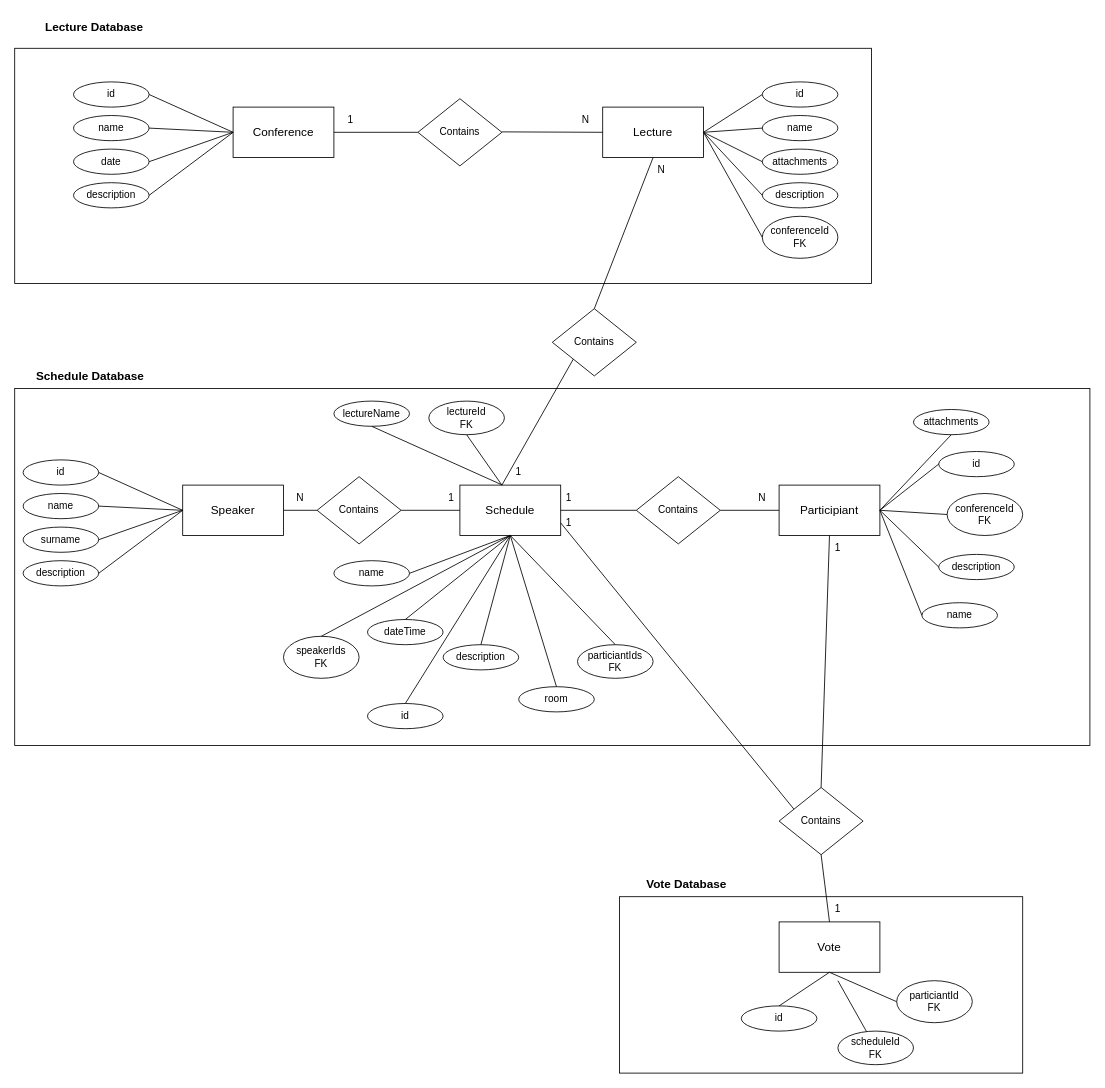
The draw.io diagram pictures/sources/DBDiagram.drawio in IrinaMarahtanova/architecture-cata, before the edit. Source tidied: cells renumbered, new cells numbered last; positions are measured from the earlier drawing's top-left corner, leaving out a move shared by most shapes. Both pictures are drawn from the tidied source at 84%, with x=0, y=0 at pixel (14, 14).
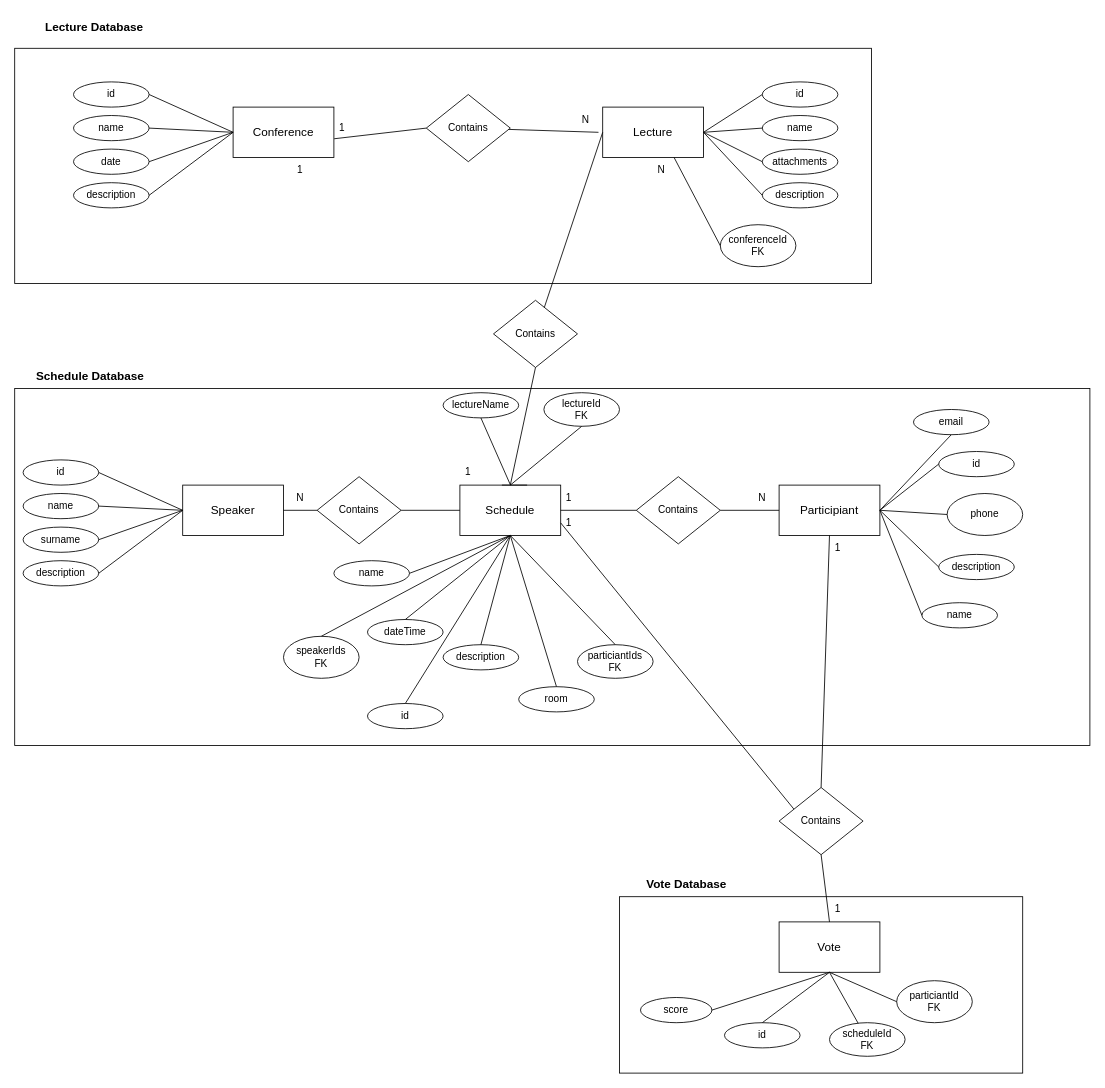
Above is the later version.

Unchanged cells that the change refers to:
```xml
<mxCell id="5" value="&lt;font style=&quot;font-size: 14px;&quot;&gt;Conference&lt;/font&gt;" style="rounded=0;whiteSpace=wrap;html=1;" parent="1" vertex="1">
  <mxGeometry x="260" y="110" width="120" height="60" as="geometry" />
</mxCell>
<mxCell id="6" value="&lt;font style=&quot;font-size: 14px;&quot;&gt;Lecture&lt;/font&gt;" style="rounded=0;whiteSpace=wrap;html=1;" parent="1" vertex="1">
  <mxGeometry x="700" y="110" width="120" height="60" as="geometry" />
</mxCell>
<mxCell id="11" value="N" style="text;html=1;align=center;verticalAlign=middle;whiteSpace=wrap;rounded=0;" parent="1" vertex="1">
  <mxGeometry x="650" y="110" width="60" height="30" as="geometry" />
</mxCell>
<mxCell id="79" value="N" style="text;html=1;align=center;verticalAlign=middle;whiteSpace=wrap;rounded=0;" parent="1" vertex="1">
  <mxGeometry x="740" y="170" width="60" height="30" as="geometry" />
</mxCell>
```

The edit, as a diff of the source:
```diff
@@
     <mxCell id="7" value="Contains" style="rhombus;whiteSpace=wrap;html=1;" parent="1" vertex="1">
-      <mxGeometry x="480" y="100" width="100" height="80" as="geometry" />
+      <mxGeometry x="570" y="340" width="100" height="80" as="geometry" />
     </mxCell>
-    <mxCell id="8" style="endArrow=none;html=1;rounded=0;exitX=1;exitY=0.5;exitDx=0;exitDy=0;entryX=0;entryY=0.5;entryDx=0;entryDy=0;" parent="1" edge="1" source="5" target="7">
-      <mxGeometry relative="1" as="geometry" />
+    <mxCell id="8" style="endArrow=none;html=1;rounded=0;entryX=0.5;entryY=1;entryDx=0;entryDy=0;" parent="1" edge="1" target="7">
+      <mxGeometry relative="1" as="geometry">
+        <mxPoint x="590" y="560" as="sourcePoint" />
+      </mxGeometry>
     </mxCell>
-    <mxCell id="9" style="endArrow=none;html=1;rounded=0;exitX=1;exitY=0.5;exitDx=0;exitDy=0;entryX=0;entryY=0.5;entryDx=0;entryDy=0;" parent="1" edge="1" target="6">
-      <mxGeometry relative="1" as="geometry">
-        <mxPoint x="580" y="139.5" as="sourcePoint" />
-      </mxGeometry>
+    <mxCell id="9" style="endArrow=none;html=1;rounded=0;entryX=0;entryY=0.5;entryDx=0;entryDy=0;" parent="1" edge="1" source="7" target="6">
+      <mxGeometry relative="1" as="geometry" />
     </mxCell>
     <mxCell id="10" value="1" style="text;html=1;align=center;verticalAlign=middle;whiteSpace=wrap;rounded=0;" parent="1" vertex="1">
-      <mxGeometry x="370" y="110" width="60" height="30" as="geometry" />
+      <mxGeometry x="310" y="170" width="60" height="30" as="geometry" />
     </mxCell>
@@
     <mxCell id="24" value="conferenceId&lt;div&gt;FK&lt;/div&gt;" style="ellipse;whiteSpace=wrap;html=1;" parent="1" vertex="1">
-      <mxGeometry x="890" y="240" width="90" height="50" as="geometry" />
+      <mxGeometry x="840" y="250" width="90" height="50" as="geometry" />
     </mxCell>
@@
-    <mxCell id="29" style="endArrow=none;html=1;rounded=0;exitX=0;exitY=0.5;exitDx=0;exitDy=0;entryX=1;entryY=0.5;entryDx=0;entryDy=0;" parent="1" edge="1" source="24" target="6">
+    <mxCell id="29" style="endArrow=none;html=1;rounded=0;exitX=0;exitY=0.5;exitDx=0;exitDy=0;entryX=0.75;entryY=0;entryDx=0;entryDy=0;" parent="1" edge="1" source="24" target="79">
       <mxGeometry relative="1" as="geometry" />
     </mxCell>
@@
     <mxCell id="35" value="1" style="text;html=1;align=center;verticalAlign=middle;whiteSpace=wrap;rounded=0;" parent="1" vertex="1">
-      <mxGeometry x="490" y="560" width="60" height="30" as="geometry" />
+      <mxGeometry x="360" y="120" width="60" height="30" as="geometry" />
     </mxCell>
@@
-    <mxCell id="65" value="attachments" style="ellipse;whiteSpace=wrap;html=1;" parent="1" vertex="1">
+    <mxCell id="65" value="email" style="ellipse;whiteSpace=wrap;html=1;" parent="1" vertex="1">
       <mxGeometry x="1070" y="470" width="90" height="30" as="geometry" />
     </mxCell>
@@
-    <mxCell id="67" value="conferenceId&lt;div&gt;FK&lt;/div&gt;" style="ellipse;whiteSpace=wrap;html=1;" parent="1" vertex="1">
+    <mxCell id="67" value="phone" style="ellipse;whiteSpace=wrap;html=1;" parent="1" vertex="1">
       <mxGeometry x="1110" y="570" width="90" height="50" as="geometry" />
     </mxCell>
@@
     <mxCell id="73" value="lectureId&lt;div&gt;FK&lt;/div&gt;" style="ellipse;whiteSpace=wrap;html=1;" parent="1" vertex="1">
-      <mxGeometry x="493" y="460" width="90" height="40" as="geometry" />
+      <mxGeometry x="630" y="450" width="90" height="40" as="geometry" />
     </mxCell>
-    <mxCell id="74" style="endArrow=none;html=1;rounded=0;exitX=0.5;exitY=1;exitDx=0;exitDy=0;" parent="1" edge="1" source="73">
+    <mxCell id="74" style="endArrow=none;html=1;rounded=0;exitX=0.5;exitY=1;exitDx=0;exitDy=0;" parent="1" edge="1">
       <mxGeometry relative="1" as="geometry">
+        <mxPoint x="610" y="560" as="sourcePoint" />
         <mxPoint x="580" y="560" as="targetPoint" />
       </mxGeometry>
     </mxCell>
     <mxCell id="75" value="Contains" style="rhombus;whiteSpace=wrap;html=1;" parent="1" vertex="1">
-      <mxGeometry x="640" y="350" width="100" height="80" as="geometry" />
+      <mxGeometry x="490" y="95" width="100" height="80" as="geometry" />
     </mxCell>
-    <mxCell id="76" style="endArrow=none;html=1;rounded=0;entryX=0;entryY=1;entryDx=0;entryDy=0;" parent="1" edge="1" target="75">
-      <mxGeometry relative="1" as="geometry">
-        <mxPoint x="580" y="560" as="sourcePoint" />
-      </mxGeometry>
+    <mxCell id="76" style="endArrow=none;html=1;rounded=0;exitX=0.75;exitY=1;exitDx=0;exitDy=0;" parent="1" edge="1" source="11" target="75">
+      <mxGeometry relative="1" as="geometry" />
     </mxCell>
-    <mxCell id="77" style="endArrow=none;html=1;rounded=0;exitX=0.5;exitY=0;exitDx=0;exitDy=0;entryX=0.5;entryY=1;entryDx=0;entryDy=0;" parent="1" edge="1" source="75" target="6">
+    <mxCell id="77" style="endArrow=none;html=1;rounded=0;exitX=0;exitY=0.5;exitDx=0;exitDy=0;entryX=1.003;entryY=0.628;entryDx=0;entryDy=0;entryPerimeter=0;" parent="1" edge="1" source="75" target="5">
       <mxGeometry relative="1" as="geometry" />
     </mxCell>
-    <mxCell id="78" value="1" style="text;html=1;align=center;verticalAlign=middle;whiteSpace=wrap;rounded=0;" parent="1" vertex="1">
-      <mxGeometry x="570" y="530" width="60" height="30" as="geometry" />
-    </mxCell>
@@
     <mxCell id="80" value="lectureName" style="ellipse;whiteSpace=wrap;html=1;" parent="1" vertex="1">
-      <mxGeometry x="380" y="460" width="90" height="30" as="geometry" />
+      <mxGeometry x="510" y="450" width="90" height="30" as="geometry" />
     </mxCell>
-    <mxCell id="81" style="endArrow=none;html=1;rounded=0;exitX=0.5;exitY=1;exitDx=0;exitDy=0;entryX=0.168;entryY=0.991;entryDx=0;entryDy=0;entryPerimeter=0;" parent="1" edge="1" source="80" target="78">
-      <mxGeometry relative="1" as="geometry" />
+    <mxCell id="81" style="endArrow=none;html=1;rounded=0;exitX=0.5;exitY=1;exitDx=0;exitDy=0;entryX=0.168;entryY=0.991;entryDx=0;entryDy=0;entryPerimeter=0;" parent="1" edge="1" source="80">
+      <mxGeometry relative="1" as="geometry">
+        <mxPoint x="590.1" y="559.7" as="targetPoint" />
+      </mxGeometry>
     </mxCell>
@@
     <mxCell id="87" value="scheduleId&lt;div&gt;FK&lt;/div&gt;" style="ellipse;whiteSpace=wrap;html=1;" parent="1" vertex="1">
-      <mxGeometry x="980" y="1210" width="90" height="40" as="geometry" />
+      <mxGeometry x="970" y="1200" width="90" height="40" as="geometry" />
     </mxCell>
@@
     <mxCell id="89" value="id" style="ellipse;whiteSpace=wrap;html=1;" parent="1" vertex="1">
-      <mxGeometry x="865" y="1180" width="90" height="30" as="geometry" />
+      <mxGeometry x="845" y="1200" width="90" height="30" as="geometry" />
     </mxCell>
@@
     <mxCell id="92" style="endArrow=none;html=1;rounded=0;" parent="1" edge="1" source="87">
       <mxGeometry relative="1" as="geometry">
-        <mxPoint x="980" y="1150" as="targetPoint" />
+        <mxPoint x="970" y="1140" as="targetPoint" />
       </mxGeometry>
     </mxCell>
@@
+    <mxCell id="101" style="endArrow=none;html=1;rounded=0;exitX=0.5;exitY=1;exitDx=0;exitDy=0;" parent="1" edge="1" source="73">
+      <mxGeometry relative="1" as="geometry">
+        <mxPoint x="590" y="560" as="targetPoint" />
+      </mxGeometry>
+    </mxCell>
+    <mxCell id="78" value="1" style="text;html=1;align=center;verticalAlign=middle;whiteSpace=wrap;rounded=0;" parent="1" vertex="1">
+      <mxGeometry x="510" y="530" width="60" height="30" as="geometry" />
+    </mxCell>
+    <mxCell id="102" value="score" style="ellipse;whiteSpace=wrap;html=1;" parent="1" vertex="1">
+      <mxGeometry x="745" y="1170" width="85" height="30" as="geometry" />
+    </mxCell>
+    <mxCell id="103" style="endArrow=none;html=1;rounded=0;exitX=1;exitY=0.5;exitDx=0;exitDy=0;" parent="1" edge="1" source="102">
+      <mxGeometry relative="1" as="geometry">
+        <mxPoint x="970" y="1140" as="targetPoint" />
+      </mxGeometry>
+    </mxCell>
```
